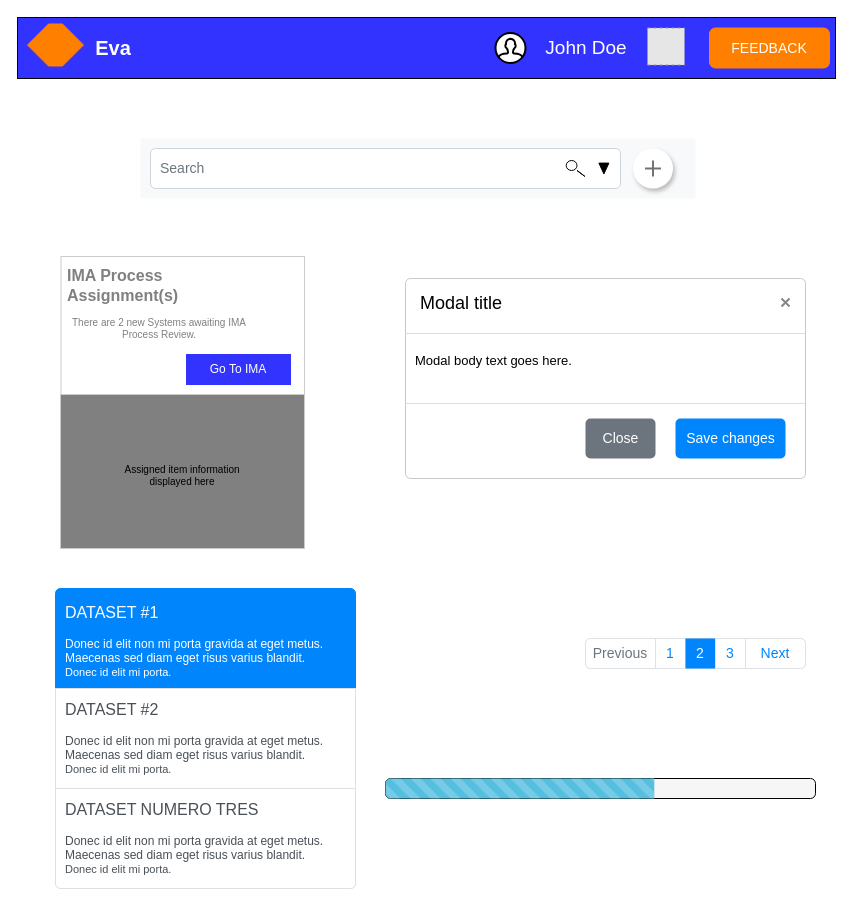
Before: page "Object Resources" (7 of 8) of Drawings/DashboardDraft.drawio in flare891/rmslow, a draw.io diagram. Source tidied: cells renumbered, new cells numbered last; positions are measured from the earlier drawing's top-left corner, leaving out a move shared by most shapes. Both pictures are drawn from the tidied source at 100%, with x=0, y=0 at pixel (17, 17). Pictures stored in the file or linked from it are replaced by grey dashed boxes.
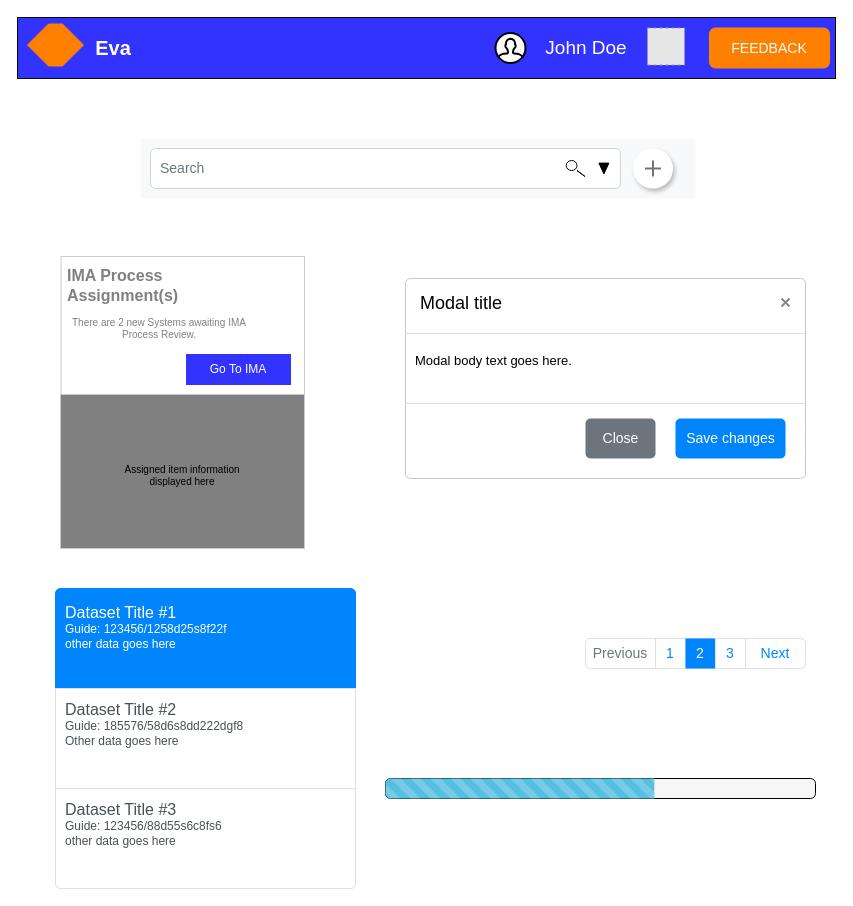
The same diagram, later.

The change refers to these unchanged cells:
```xml
<mxCell id="21" style="html=1;shadow=0;dashed=0;shape=mxgraph.bootstrap.rrect;rSize=5;strokeColor=#DFDFDF;html=1;whiteSpace=wrap;fillColor=#FFFFFF;fontColor=#495057;" parent="1" vertex="1">
  <mxGeometry x="38" y="571" width="300" height="300" as="geometry" />
</mxCell>
```

The edit, as a diff of the source:
```diff
@@
-    <mxCell id="22" value="&lt;font style=&quot;font-size: 16px&quot;&gt;DATASET #1&lt;/font&gt;&lt;br&gt;&lt;br&gt;Donec id elit non mi porta gravida at eget metus. Maecenas sed diam eget risus varius blandit.&lt;br&gt;&lt;font style=&quot;font-size: 11px&quot;&gt;Donec id elit mi porta.&lt;/font&gt;" style="html=1;shadow=0;dashed=0;shape=mxgraph.bootstrap.topButton;rSize=5;perimeter=none;whiteSpace=wrap;align=left;spacing=10;verticalAlign=top;fillColor=#0085FC;strokeColor=#0085FC;fontColor=#ffffff;" parent="21" vertex="1">
+    <mxCell id="22" value="&lt;font style=&quot;font-size: 16px&quot;&gt;Dataset Title #1&lt;/font&gt;&lt;br&gt;Guide: 123456/1258d25s8f22f&lt;br&gt;other data goes here" style="html=1;shadow=0;dashed=0;shape=mxgraph.bootstrap.topButton;rSize=5;perimeter=none;whiteSpace=wrap;align=left;spacing=10;verticalAlign=top;fillColor=#0085FC;strokeColor=#0085FC;fontColor=#ffffff;" parent="21" vertex="1">
       <mxGeometry width="300" height="100" relative="1" as="geometry" />
     </mxCell>
-    <mxCell id="23" value="&lt;font style=&quot;font-size: 16px&quot;&gt;DATASET #2&lt;/font&gt;&lt;br&gt;&lt;br&gt;Donec id elit non mi porta gravida at eget metus. Maecenas sed diam eget risus varius blandit.&lt;br&gt;&lt;font style=&quot;font-size: 11px&quot;&gt;Donec id elit mi porta.&lt;/font&gt;" style="strokeColor=inherit;fillColor=inherit;gradientColor=inherit;fontColor=inherit;html=1;shadow=0;dashed=0;perimeter=none;whiteSpace=wrap;align=left;spacing=10;" parent="21" vertex="1">
+    <mxCell id="23" value="&lt;font style=&quot;font-size: 16px&quot;&gt;Dataset Title #2&lt;/font&gt;&lt;br&gt;Guide: 185576/58d6s8dd222dgf8&lt;br&gt;Other data goes here&lt;br&gt;&lt;br&gt;&lt;br&gt;" style="strokeColor=inherit;fillColor=inherit;gradientColor=inherit;fontColor=inherit;html=1;shadow=0;dashed=0;perimeter=none;whiteSpace=wrap;align=left;spacing=10;" parent="21" vertex="1">
       <mxGeometry width="300" height="100" relative="1" as="geometry">
         <mxPoint y="100" as="offset" />
       </mxGeometry>
     </mxCell>
-    <mxCell id="24" value="&lt;font style=&quot;font-size: 16px&quot;&gt;DATASET NUMERO TRES&lt;/font&gt;&lt;br&gt;&lt;br&gt;Donec id elit non mi porta gravida at eget metus. Maecenas sed diam eget risus varius blandit.&lt;br&gt;&lt;font style=&quot;font-size: 11px&quot;&gt;Donec id elit mi porta.&lt;/font&gt;" style="strokeColor=inherit;fillColor=inherit;gradientColor=inherit;fontColor=inherit;html=1;shadow=0;dashed=0;shape=mxgraph.bootstrap.bottomButton;rSize=5;perimeter=none;whiteSpace=wrap;align=left;spacing=10;" parent="21" vertex="1">
+    <mxCell id="24" value="&lt;font style=&quot;font-size: 16px&quot;&gt;Dataset Title #3&lt;/font&gt;&lt;br&gt;Guide: 123456/88d55s6c8fs6&lt;br&gt;other data goes here&lt;br&gt;&lt;br&gt;&lt;br&gt;" style="strokeColor=inherit;fillColor=inherit;gradientColor=inherit;fontColor=inherit;html=1;shadow=0;dashed=0;shape=mxgraph.bootstrap.bottomButton;rSize=5;perimeter=none;whiteSpace=wrap;align=left;spacing=10;" parent="21" vertex="1">
       <mxGeometry y="1" width="300" height="100" relative="1" as="geometry">
         <mxPoint y="-100" as="offset" />
       </mxGeometry>
     </mxCell>
```
